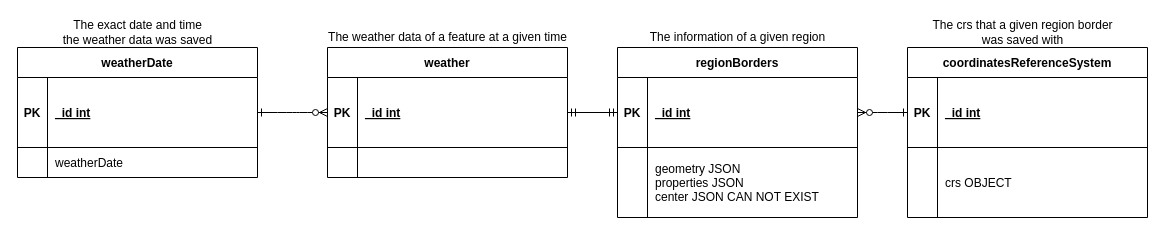
Above: weatherDasboard.drawio in wilsonsantos93/RELIABLE_dashboard_backend (draw.io), before the change. Source tidied: cells renumbered, new cells numbered last; positions are measured from the earlier drawing's top-left corner, leaving out a move shared by most shapes. Both pictures are drawn from the tidied source at 100%, with x=0, y=0 at pixel (17, 17).
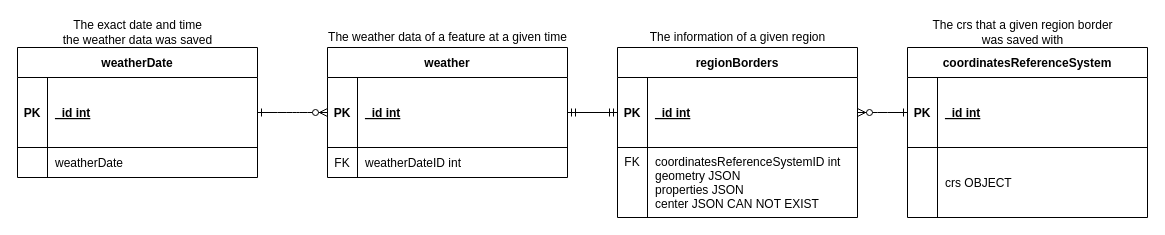
The same diagram, later.

The change refers to these unchanged cells:
```xml
<mxCell id="13" style="shape=partialRectangle;fillColor=none;top=0;left=0;right=0;bottom=0;" parent="9" vertex="1">
  <mxGeometry y="100" width="240" height="30" as="geometry" />
</mxCell>
<mxCell id="24" style="shape=partialRectangle;fillColor=none;top=0;left=0;right=0;bottom=0;" parent="20" vertex="1">
  <mxGeometry y="100" width="240" height="70" as="geometry" />
</mxCell>
```

What changed in the source:
```diff
@@
-    <mxCell id="14" style="shape=partialRectangle;overflow=hidden;fillColor=none;top=0;left=0;bottom=0;right=0;" parent="13" vertex="1">
+    <mxCell id="14" value="FK" style="shape=partialRectangle;overflow=hidden;fillColor=none;top=0;left=0;bottom=0;right=0;" parent="13" vertex="1">
       <mxGeometry width="30" height="30" as="geometry" />
     </mxCell>
-    <mxCell id="15" style="shape=partialRectangle;overflow=hidden;fillColor=none;top=0;left=0;bottom=0;right=0;align=left;spacingLeft=6;" parent="13" vertex="1">
+    <mxCell id="15" value="weatherDateID int" style="shape=partialRectangle;overflow=hidden;fillColor=none;top=0;left=0;bottom=0;right=0;align=left;spacingLeft=6;" parent="13" vertex="1">
       <mxGeometry x="30" width="210" height="30" as="geometry" />
     </mxCell>
@@
-    <mxCell id="25" style="shape=partialRectangle;overflow=hidden;fillColor=none;top=0;left=0;bottom=0;right=0;" parent="24" vertex="1">
+    <mxCell id="25" value="FK&#10;&#10;&#10;" style="shape=partialRectangle;overflow=hidden;fillColor=none;top=0;left=0;bottom=0;right=0;" parent="24" vertex="1">
       <mxGeometry width="30" height="70" as="geometry" />
     </mxCell>
-    <mxCell id="26" value="geometry JSON&#10;properties JSON&#10;center JSON CAN NOT EXIST" style="shape=partialRectangle;overflow=hidden;fillColor=none;top=0;left=0;bottom=0;right=0;align=left;spacingLeft=6;" parent="24" vertex="1">
+    <mxCell id="26" value="coordinatesReferenceSystemID int&#10;geometry JSON&#10;properties JSON&#10;center JSON CAN NOT EXIST" style="shape=partialRectangle;overflow=hidden;fillColor=none;top=0;left=0;bottom=0;right=0;align=left;spacingLeft=6;" parent="24" vertex="1">
       <mxGeometry x="30" width="210" height="70" as="geometry" />
     </mxCell>
```
